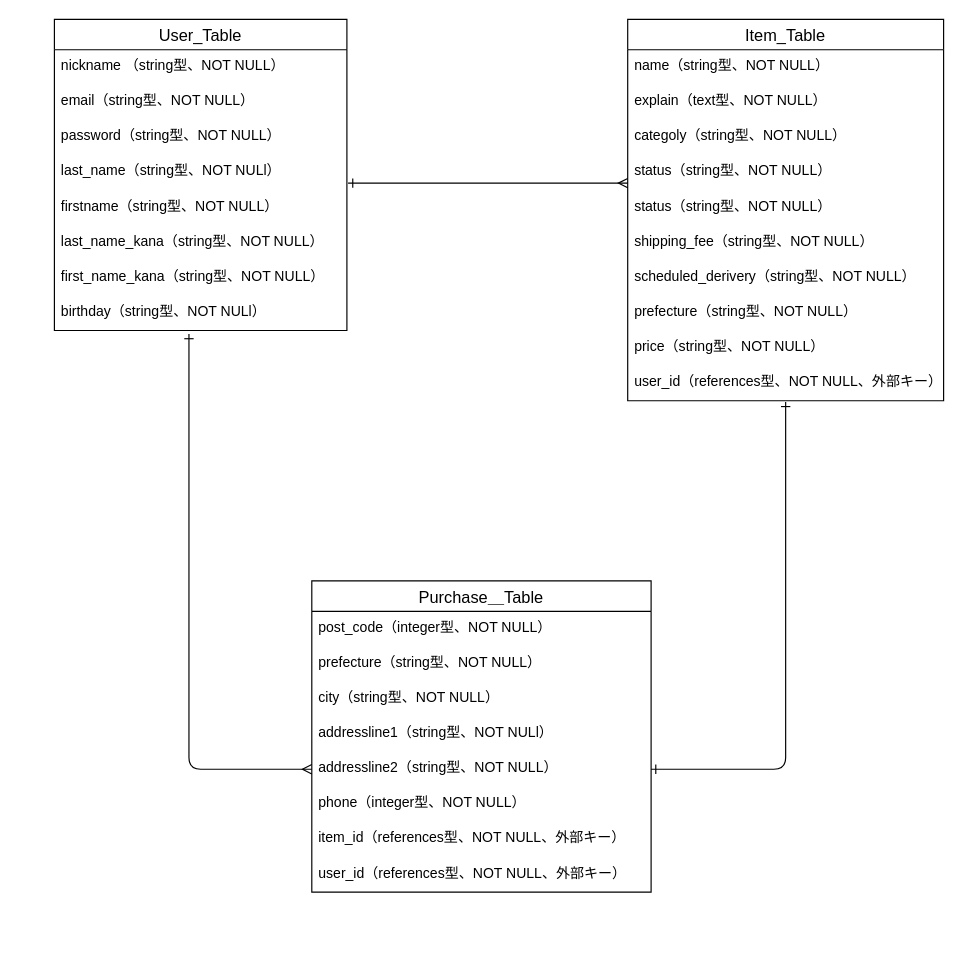
Before: furima-ER.dio in wataru5354/furima-37692, a draw.io diagram. Source tidied: cells renumbered, new cells numbered last; positions are measured from the earlier drawing's top-left corner, leaving out a move shared by most shapes. Both pictures are drawn from the tidied source at 117%, with x=0, y=0 at pixel (54, 19).
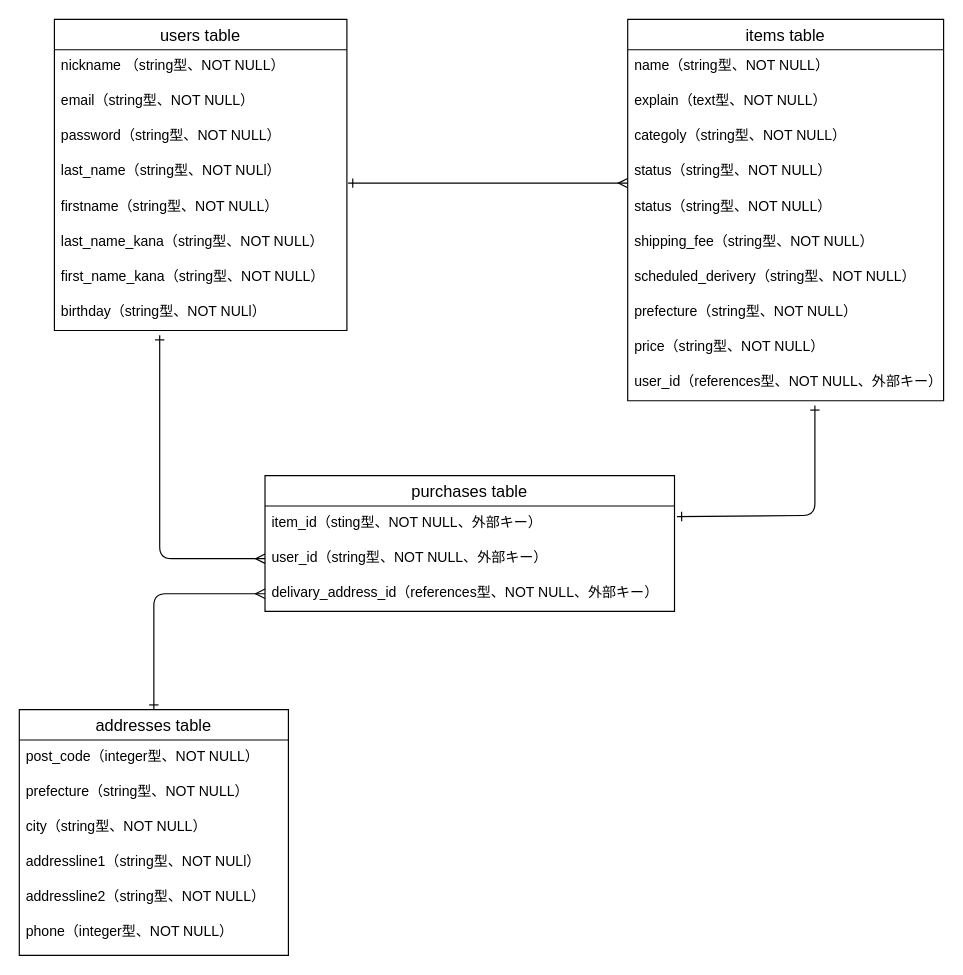
The same page after the edit.

Commit message (it also covers changes not shown here):
ER図とデータベース設計の修正

Unchanged cells that the change refers to:
```xml
<mxCell id="6" value="last_name（string型、NOT NULl）" style="text;strokeColor=none;fillColor=none;spacingLeft=4;spacingRight=4;overflow=hidden;points=[[0,0.5],[1,0.5]];portConstraint=eastwest;fontSize=12;" parent="2" vertex="1">
  <mxGeometry y="116" width="250" height="30" as="geometry" />
</mxCell>
<mxCell id="10" value="birthday（string型、NOT NULl）" style="text;strokeColor=none;fillColor=none;spacingLeft=4;spacingRight=4;overflow=hidden;points=[[0,0.5],[1,0.5]];portConstraint=eastwest;fontSize=12;" parent="2" vertex="1">
  <mxGeometry y="236" width="250" height="30" as="geometry" />
</mxCell>
<mxCell id="15" value="status（string型、NOT NULL）" style="text;strokeColor=none;fillColor=none;spacingLeft=4;spacingRight=4;overflow=hidden;points=[[0,0.5],[1,0.5]];portConstraint=eastwest;fontSize=12;" parent="11" vertex="1">
  <mxGeometry y="116" width="270" height="30" as="geometry" />
</mxCell>
<mxCell id="21" value="user_id（references型、NOT NULL、外部キー）" style="text;strokeColor=none;fillColor=none;spacingLeft=4;spacingRight=4;overflow=hidden;points=[[0,0.5],[1,0.5]];portConstraint=eastwest;fontSize=12;" parent="11" vertex="1">
  <mxGeometry y="296" width="270" height="30" as="geometry" />
</mxCell>
```

Change to the diagram source:
```diff
@@
-    <mxCell id="2" value="User_Table" style="swimlane;fontStyle=0;horizontal=1;startSize=26;align=center;fontSize=14;" parent="1" vertex="1">
+    <mxCell id="2" value="users table" style="swimlane;fontStyle=0;horizontal=1;startSize=26;align=center;fontSize=14;" parent="1" vertex="1">
       <mxGeometry width="250" height="266" as="geometry" />
     </mxCell>
@@
-    <mxCell id="11" value="Item_Table" style="swimlane;fontStyle=0;horizontal=1;startSize=26;align=center;fontSize=14;" parent="1" vertex="1">
+    <mxCell id="11" value="items table" style="swimlane;fontStyle=0;horizontal=1;startSize=26;align=center;fontSize=14;" parent="1" vertex="1">
       <mxGeometry x="490" width="270" height="326" as="geometry" />
     </mxCell>
@@
+    <mxCell id="34" style="edgeStyle=none;html=1;exitX=0;exitY=0.5;exitDx=0;exitDy=0;endArrow=ERone;endFill=0;startArrow=ERmany;startFill=0;" parent="1" edge="1" source="36">
+      <mxGeometry relative="1" as="geometry">
+        <mxPoint x="90" y="270" as="targetPoint" />
+        <Array as="points">
+          <mxPoint x="90" y="461" />
+        </Array>
+      </mxGeometry>
+    </mxCell>
-    <mxCell id="22" value="Purchase＿Table" style="swimlane;fontStyle=0;horizontal=1;startSize=26;align=center;fontSize=14;" parent="1" vertex="1">
-      <mxGeometry x="220" y="480" width="290" height="266" as="geometry" />
+    <mxCell id="22" value="purchases table" style="swimlane;fontStyle=0;horizontal=1;startSize=26;align=center;fontSize=14;" parent="1" vertex="1">
+      <mxGeometry x="180" y="390" width="350" height="116" as="geometry" />
     </mxCell>
+    <mxCell id="35" value="item_id（sting型、NOT NULL、外部キー）" style="text;strokeColor=none;fillColor=none;spacingLeft=4;spacingRight=4;overflow=hidden;fontSize=12;" parent="22" vertex="1">
+      <mxGeometry y="26" width="350" height="30" as="geometry" />
+    </mxCell>
+    <mxCell id="36" value="user_id（string型、NOT NULL、外部キー）" style="text;strokeColor=none;fillColor=none;spacingLeft=4;spacingRight=4;overflow=hidden;points=[[0,0.5],[1,0.5]];portConstraint=eastwest;fontSize=12;" parent="22" vertex="1">
+      <mxGeometry y="56" width="350" height="30" as="geometry" />
+    </mxCell>
+    <mxCell id="37" value="delivary_address_id（references型、NOT NULL、外部キー）" style="text;strokeColor=none;fillColor=none;spacingLeft=4;spacingRight=4;overflow=hidden;points=[[0,0.5],[1,0.5]];portConstraint=eastwest;fontSize=12;" parent="22" vertex="1">
+      <mxGeometry y="86" width="350" height="30" as="geometry" />
+    </mxCell>
+    <mxCell id="31" style="edgeStyle=none;html=1;exitX=1.004;exitY=0.8;exitDx=0;exitDy=0;exitPerimeter=0;entryX=0;entryY=0.8;entryDx=0;entryDy=0;entryPerimeter=0;startArrow=ERone;startFill=0;endArrow=ERmany;endFill=0;" parent="1" edge="1" source="6" target="15">
+      <mxGeometry relative="1" as="geometry" />
+    </mxCell>
+    <mxCell id="38" value="addresses table" style="swimlane;fontStyle=0;horizontal=1;startSize=26;align=center;fontSize=14;" parent="1" vertex="1">
+      <mxGeometry x="-30" y="590" width="230" height="210" as="geometry" />
+    </mxCell>
-    <mxCell id="23" value="post_code（integer型、NOT NULL）" style="text;strokeColor=none;fillColor=none;spacingLeft=4;spacingRight=4;overflow=hidden;fontSize=12;" parent="22" vertex="1">
-      <mxGeometry y="26" width="290" height="30" as="geometry" />
+    <mxCell id="23" value="post_code（integer型、NOT NULL）" style="text;strokeColor=none;fillColor=none;spacingLeft=4;spacingRight=4;overflow=hidden;fontSize=12;" parent="38" vertex="1">
+      <mxGeometry y="26" width="230" height="30" as="geometry" />
     </mxCell>
-    <mxCell id="24" value="prefecture（string型、NOT NULL）" style="text;strokeColor=none;fillColor=none;spacingLeft=4;spacingRight=4;overflow=hidden;fontSize=12;" parent="22" vertex="1">
-      <mxGeometry y="56" width="290" height="30" as="geometry" />
+    <mxCell id="24" value="prefecture（string型、NOT NULL）" style="text;strokeColor=none;fillColor=none;spacingLeft=4;spacingRight=4;overflow=hidden;fontSize=12;" parent="38" vertex="1">
+      <mxGeometry y="56" width="230" height="30" as="geometry" />
     </mxCell>
-    <mxCell id="25" value="city（string型、NOT NULL）" style="text;strokeColor=none;fillColor=none;spacingLeft=4;spacingRight=4;overflow=hidden;fontSize=12;" parent="22" vertex="1">
-      <mxGeometry y="86" width="290" height="30" as="geometry" />
+    <mxCell id="25" value="city（string型、NOT NULL）" style="text;strokeColor=none;fillColor=none;spacingLeft=4;spacingRight=4;overflow=hidden;fontSize=12;" parent="38" vertex="1">
+      <mxGeometry y="86" width="230" height="30" as="geometry" />
     </mxCell>
-    <mxCell id="26" value="addressline1（string型、NOT NULl）" style="text;strokeColor=none;fillColor=none;spacingLeft=4;spacingRight=4;overflow=hidden;fontSize=12;" parent="22" vertex="1">
-      <mxGeometry y="116" width="290" height="30" as="geometry" />
+    <mxCell id="26" value="addressline1（string型、NOT NULl）" style="text;strokeColor=none;fillColor=none;spacingLeft=4;spacingRight=4;overflow=hidden;fontSize=12;" parent="38" vertex="1">
+      <mxGeometry y="116" width="230" height="30" as="geometry" />
     </mxCell>
-    <mxCell id="27" value="addressline2（string型、NOT NULL）" style="text;strokeColor=none;fillColor=none;spacingLeft=4;spacingRight=4;overflow=hidden;points=[[0,0.5],[1,0.5]];portConstraint=eastwest;fontSize=12;" parent="22" vertex="1">
-      <mxGeometry y="146" width="290" height="30" as="geometry" />
+    <mxCell id="27" value="addressline2（string型、NOT NULL）" style="text;strokeColor=none;fillColor=none;spacingLeft=4;spacingRight=4;overflow=hidden;points=[[0,0.5],[1,0.5]];portConstraint=eastwest;fontSize=12;" parent="38" vertex="1">
+      <mxGeometry y="146" width="230" height="30" as="geometry" />
     </mxCell>
-    <mxCell id="28" value="phone（integer型、NOT NULL）" style="text;strokeColor=none;fillColor=none;spacingLeft=4;spacingRight=4;overflow=hidden;fontSize=12;" parent="22" vertex="1">
-      <mxGeometry y="176" width="290" height="30" as="geometry" />
+    <mxCell id="28" value="phone（integer型、NOT NULL）" style="text;strokeColor=none;fillColor=none;spacingLeft=4;spacingRight=4;overflow=hidden;fontSize=12;" parent="38" vertex="1">
+      <mxGeometry y="176" width="230" height="34" as="geometry" />
     </mxCell>
-    <mxCell id="29" value="item_id（references型、NOT NULL、外部キー）" style="text;strokeColor=none;fillColor=none;spacingLeft=4;spacingRight=4;overflow=hidden;fontSize=12;" parent="22" vertex="1">
-      <mxGeometry y="206" width="290" height="30" as="geometry" />
-    </mxCell>
-    <mxCell id="30" value="user_id（references型、NOT NULL、外部キー）" style="text;strokeColor=none;fillColor=none;spacingLeft=4;spacingRight=4;overflow=hidden;fontSize=12;" parent="22" vertex="1">
-      <mxGeometry y="236" width="290" height="30" as="geometry" />
-    </mxCell>
-    <mxCell id="31" style="edgeStyle=none;html=1;exitX=1.004;exitY=0.8;exitDx=0;exitDy=0;exitPerimeter=0;entryX=0;entryY=0.8;entryDx=0;entryDy=0;entryPerimeter=0;startArrow=ERone;startFill=0;endArrow=ERmany;endFill=0;" parent="1" edge="1" source="6" target="15">
-      <mxGeometry relative="1" as="geometry" />
-    </mxCell>
-    <mxCell id="32" style="edgeStyle=none;html=1;exitX=1;exitY=0.5;exitDx=0;exitDy=0;startArrow=ERone;startFill=0;endArrow=ERone;endFill=0;entryX=0.5;entryY=1.033;entryDx=0;entryDy=0;entryPerimeter=0;" parent="1" edge="1" source="27" target="21">
-      <mxGeometry relative="1" as="geometry">
-        <Array as="points">
-          <mxPoint x="625" y="641" />
-        </Array>
-      </mxGeometry>
-    </mxCell>
-    <mxCell id="33" style="edgeStyle=none;html=1;exitX=0;exitY=0.5;exitDx=0;exitDy=0;entryX=0.46;entryY=1.1;entryDx=0;entryDy=0;entryPerimeter=0;startArrow=ERmany;startFill=0;endArrow=ERone;endFill=0;" parent="1" edge="1" source="27" target="10">
-      <mxGeometry relative="1" as="geometry">
-        <Array as="points">
-          <mxPoint x="115" y="641" />
-        </Array>
-      </mxGeometry>
-    </mxCell>
+    <mxCell id="39" style="edgeStyle=none;html=1;exitX=1.006;exitY=0.3;exitDx=0;exitDy=0;startArrow=ERone;startFill=0;endArrow=ERone;endFill=0;exitPerimeter=0;" parent="1" edge="1">
+      <mxGeometry relative="1" as="geometry">
+        <mxPoint x="532.1" y="425" as="sourcePoint" />
+        <mxPoint x="650" y="330" as="targetPoint" />
+        <Array as="points">
+          <mxPoint x="650" y="424" />
+        </Array>
+      </mxGeometry>
+    </mxCell>
+    <mxCell id="40" style="edgeStyle=none;html=1;exitX=0;exitY=0.5;exitDx=0;exitDy=0;entryX=0.5;entryY=0;entryDx=0;entryDy=0;startArrow=ERmany;startFill=0;endArrow=ERone;endFill=0;" parent="1" edge="1" source="37" target="38">
+      <mxGeometry relative="1" as="geometry">
+        <Array as="points">
+          <mxPoint x="85" y="491" />
+        </Array>
+      </mxGeometry>
+    </mxCell>
```
